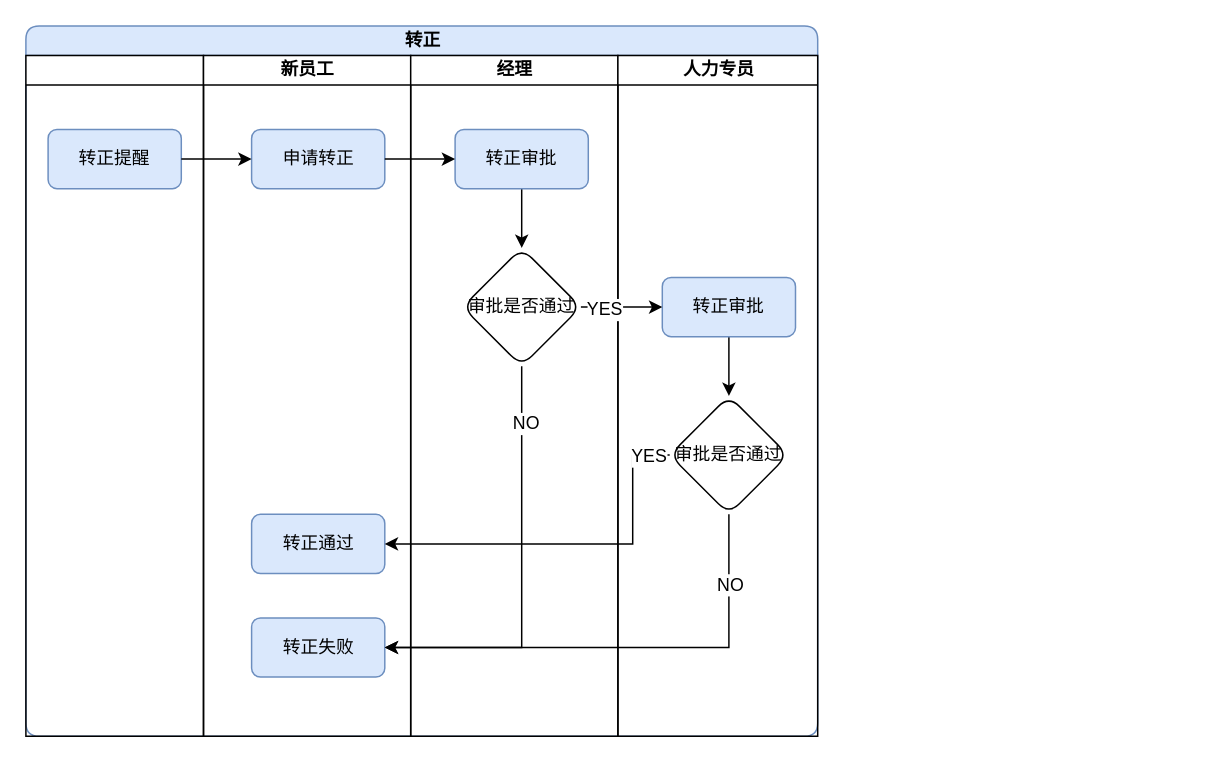
Earlier version of the draw.io diagram page "转正流程" (4 of 9) of humanresource1.drawio (janzhou123/mydraw). Source tidied: cells renumbered, new cells numbered last; positions are measured from the earlier drawing's top-left corner, leaving out a move shared by most shapes. Both pictures are drawn from the tidied source at 148%, with x=0, y=0 at pixel (25, 25).
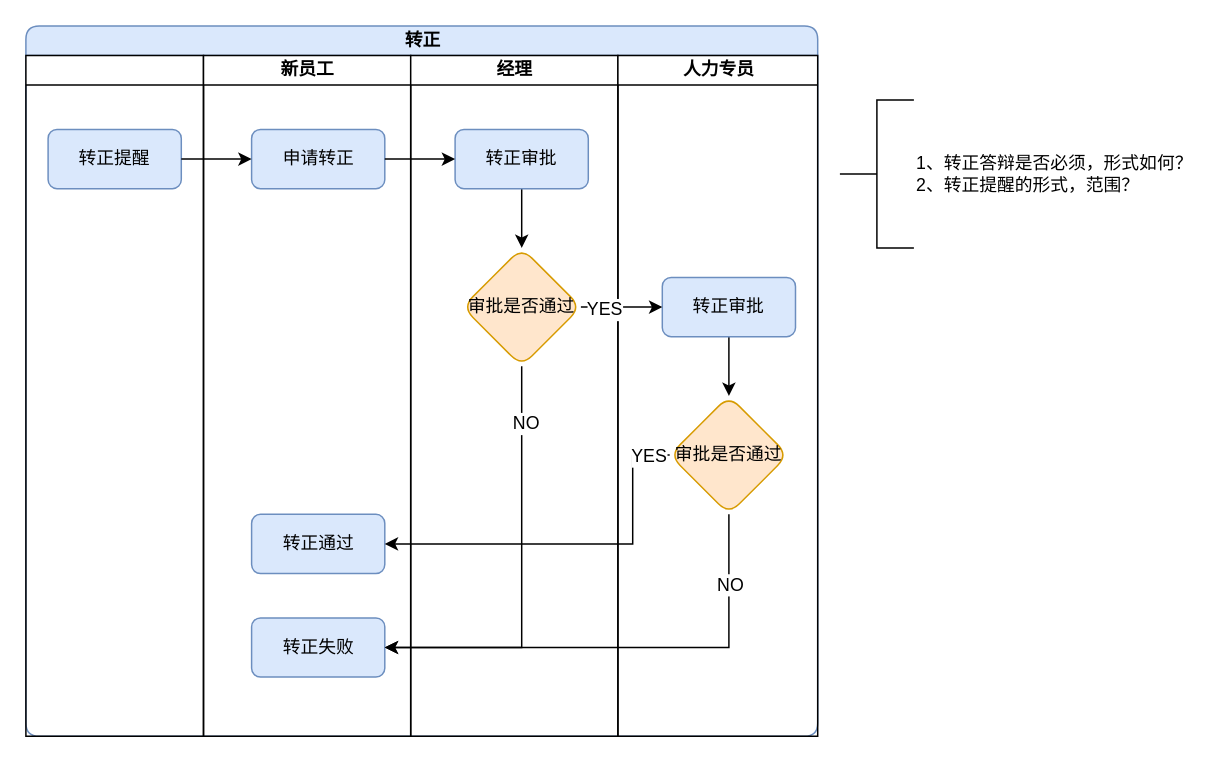
The same page after the edit.

The change refers to these unchanged cells:
```xml
<mxCell id="9" value="经理" style="swimlane;html=1;startSize=20;" parent="2" vertex="1">
  <mxGeometry x="260" y="20" width="140" height="460" as="geometry" />
</mxCell>
<mxCell id="13" value="人力专员" style="swimlane;html=1;startSize=20;" parent="2" vertex="1">
  <mxGeometry x="400" y="20" width="135" height="460" as="geometry" />
</mxCell>
```

Diff of the diagram source:
```diff
@@
-    <mxCell id="12" value="审批是否通过" style="rhombus;whiteSpace=wrap;html=1;rounded=1;shadow=0;glass=0;comic=0;" parent="9" vertex="1">
+    <mxCell id="12" value="审批是否通过" style="rhombus;whiteSpace=wrap;html=1;rounded=1;shadow=0;glass=0;comic=0;fillColor=#ffe6cc;strokeColor=#d79b00;" parent="9" vertex="1">
       <mxGeometry x="35" y="130" width="80" height="80" as="geometry" />
     </mxCell>
@@
-    <mxCell id="16" value="审批是否通过" style="rhombus;whiteSpace=wrap;html=1;rounded=1;shadow=0;glass=0;comic=0;" parent="13" vertex="1">
+    <mxCell id="16" value="审批是否通过" style="rhombus;whiteSpace=wrap;html=1;rounded=1;shadow=0;glass=0;comic=0;fillColor=#ffe6cc;strokeColor=#d79b00;" parent="13" vertex="1">
       <mxGeometry x="35" y="230" width="80" height="80" as="geometry" />
     </mxCell>
@@
+    <mxCell id="27" value="1、转正答辩是否必须，形式如何？&lt;br&gt;2、转正提醒的形式，范围？" style="html=1;shape=mxgraph.flowchart.annotation_2;align=left;labelPosition=right;rounded=1;shadow=0;glass=0;comic=0;" parent="1" vertex="1">
+      <mxGeometry x="550" y="50" width="50" height="100" as="geometry" />
+    </mxCell>
```
